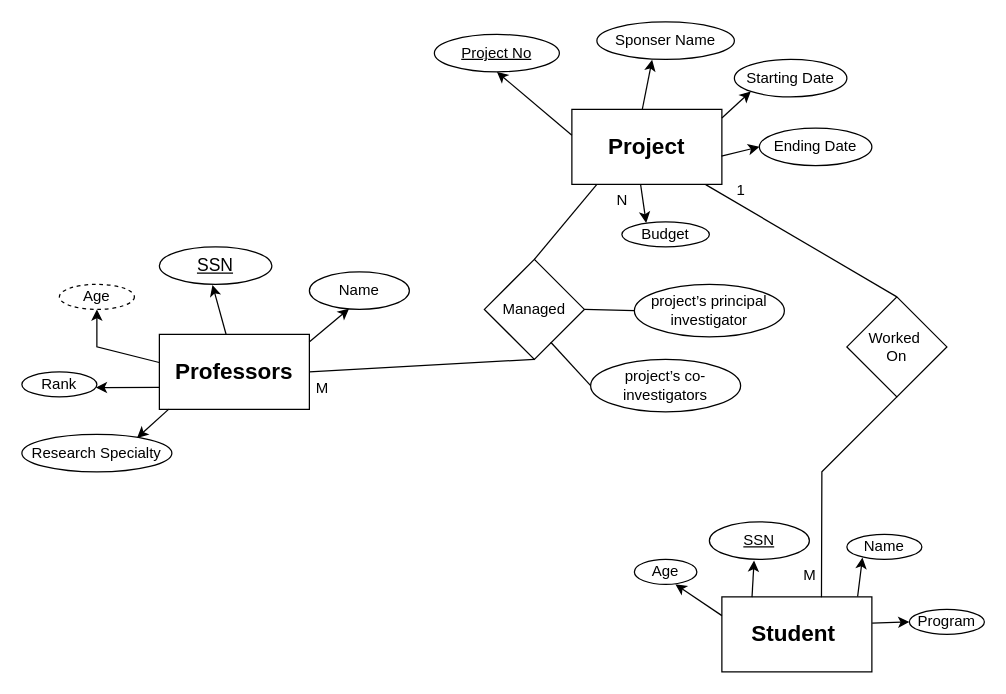
Above: university database.drawio in Dilka98/ER-Diagram (draw.io), before the change. Source tidied: cells renumbered, new cells numbered last; positions are measured from the earlier drawing's top-left corner, leaving out a move shared by most shapes. Both pictures are drawn from the tidied source at 125%, with x=0, y=0 at pixel (21, 21).
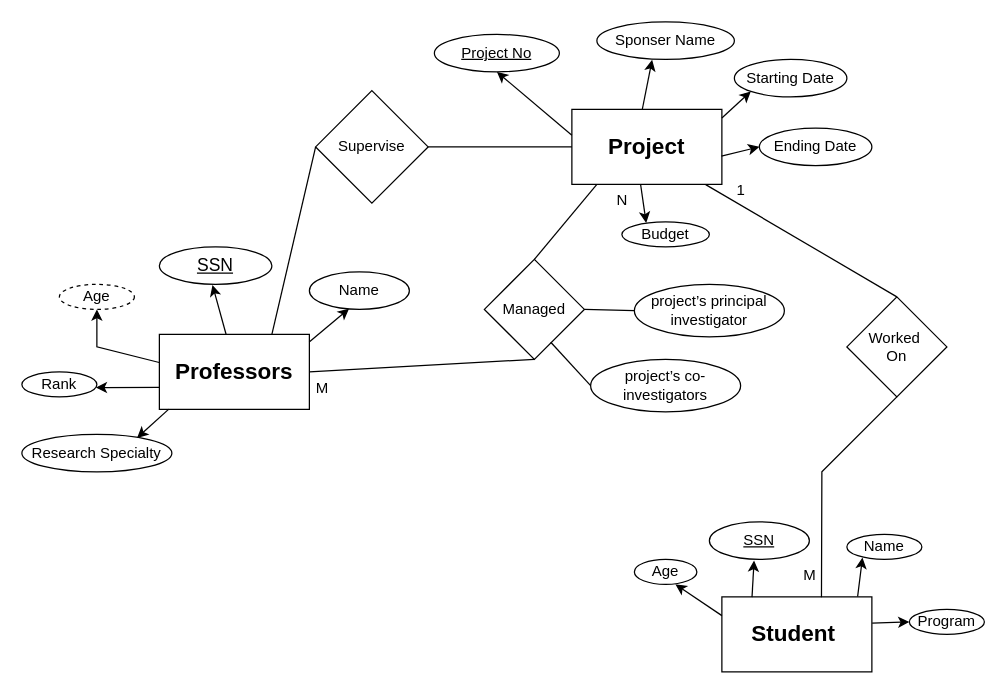
The same page after the edit.

Unchanged cells that the change refers to:
```xml
<mxCell id="2" value="&lt;h2&gt;Professors&lt;/h2&gt;" style="rounded=0;whiteSpace=wrap;html=1;" parent="1" vertex="1">
  <mxGeometry x="110" y="250" width="120" height="60" as="geometry" />
</mxCell>
<mxCell id="13" value="&lt;h2&gt;Project&lt;/h2&gt;" style="rounded=0;whiteSpace=wrap;html=1;" parent="1" vertex="1">
  <mxGeometry x="440" y="70" width="120" height="60" as="geometry" />
</mxCell>
```

The edit, as a diff of the source:
```diff
@@
+    <mxCell id="47" value="Supervise" style="rhombus;whiteSpace=wrap;html=1;" parent="1" vertex="1">
+      <mxGeometry x="235" y="55" width="90" height="90" as="geometry" />
+    </mxCell>
+    <mxCell id="48" style="endArrow=none;html=1;rounded=0;exitX=0.75;exitY=0;exitDx=0;exitDy=0;entryX=0;entryY=0.5;entryDx=0;entryDy=0;" parent="1" edge="1" source="2" target="47">
+      <mxGeometry relative="1" as="geometry" />
+    </mxCell>
+    <mxCell id="49" style="endArrow=none;html=1;rounded=0;entryX=0;entryY=0.5;entryDx=0;entryDy=0;exitX=1;exitY=0.5;exitDx=0;exitDy=0;" parent="1" edge="1" source="47" target="13">
+      <mxGeometry relative="1" as="geometry" />
+    </mxCell>
```
